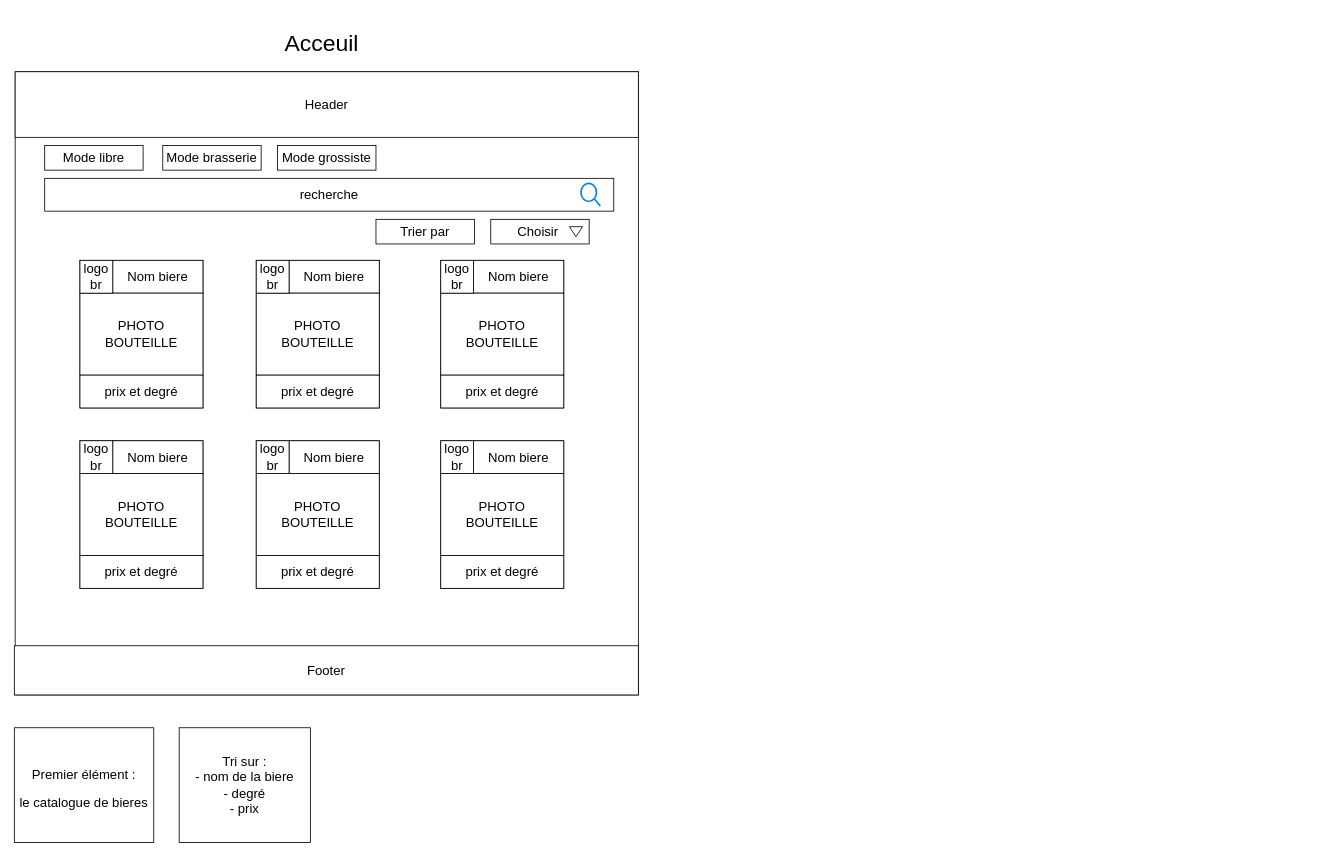
The draw.io diagram page "Pages" (3 of 4) of Analyse - gestion grasserie et grossiste.drawio in LucasLouies/HygieTest, before the edit. Source tidied: cells renumbered, new cells numbered last; positions are measured from the earlier drawing's top-left corner, leaving out a move shared by most shapes. Both pictures are drawn from the tidied source at 82%, with x=0, y=0 at pixel (14, 14).
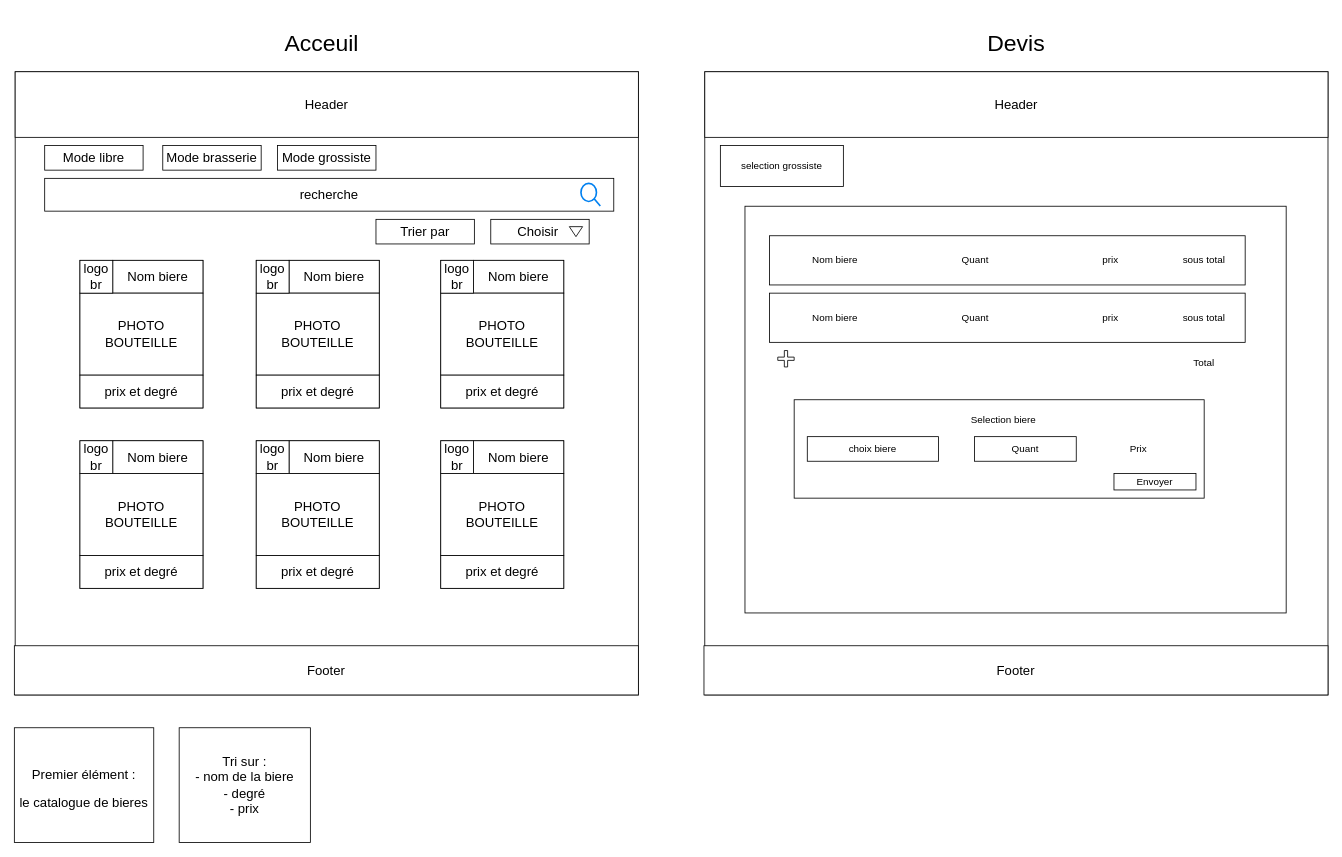
The same diagram, later.

Change to the diagram source:
```diff
@@
+    <mxCell id="53" style="rounded=0;whiteSpace=wrap;html=1;fontSize=15;" parent="1" vertex="1">
+      <mxGeometry x="842" y="70" width="760" height="760" as="geometry" />
+    </mxCell>
+    <mxCell id="54" value="Header" style="rounded=0;whiteSpace=wrap;html=1;fontSize=16;" parent="1" vertex="1">
+      <mxGeometry x="842" y="70" width="760" height="80" as="geometry" />
+    </mxCell>
+    <mxCell id="55" value="Footer" style="rounded=0;whiteSpace=wrap;html=1;fontSize=16;" parent="1" vertex="1">
+      <mxGeometry x="841" y="770" width="761" height="60" as="geometry" />
+    </mxCell>
+    <mxCell id="56" value="selection grossiste" style="rounded=0;whiteSpace=wrap;html=1;" parent="1" vertex="1">
+      <mxGeometry x="861" y="160" width="150" height="50" as="geometry" />
+    </mxCell>
+    <mxCell id="57" value="&lt;font style=&quot;font-size: 28px;&quot;&gt;Devis&lt;/font&gt;" style="text;html=1;strokeColor=none;fillColor=none;align=center;verticalAlign=middle;whiteSpace=wrap;rounded=0;fontSize=15;" parent="1" vertex="1">
+      <mxGeometry x="1137" width="170" height="70" as="geometry" />
+    </mxCell>
+    <mxCell id="58" style="rounded=0;whiteSpace=wrap;html=1;" parent="1" vertex="1">
+      <mxGeometry x="891" y="234" width="660" height="496" as="geometry" />
+    </mxCell>
+    <mxCell id="59" style="rounded=0;whiteSpace=wrap;html=1;" parent="1" vertex="1">
+      <mxGeometry x="921" y="270" width="580" height="60" as="geometry" />
+    </mxCell>
+    <mxCell id="60" value="Nom biere" style="text;html=1;strokeColor=none;fillColor=none;align=center;verticalAlign=middle;whiteSpace=wrap;rounded=0;" parent="1" vertex="1">
+      <mxGeometry x="971" y="285" width="60" height="30" as="geometry" />
+    </mxCell>
+    <mxCell id="61" value="Quant" style="text;html=1;strokeColor=none;fillColor=none;align=center;verticalAlign=middle;whiteSpace=wrap;rounded=0;" parent="1" vertex="1">
+      <mxGeometry x="1142" y="285" width="60" height="30" as="geometry" />
+    </mxCell>
+    <mxCell id="62" value="prix" style="text;html=1;strokeColor=none;fillColor=none;align=center;verticalAlign=middle;whiteSpace=wrap;rounded=0;" parent="1" vertex="1">
+      <mxGeometry x="1307" y="285" width="60" height="30" as="geometry" />
+    </mxCell>
+    <mxCell id="63" value="sous total" style="text;html=1;strokeColor=none;fillColor=none;align=center;verticalAlign=middle;whiteSpace=wrap;rounded=0;" parent="1" vertex="1">
+      <mxGeometry x="1421" y="285" width="60" height="30" as="geometry" />
+    </mxCell>
+    <mxCell id="64" style="shape=cross;whiteSpace=wrap;html=1;" parent="1" vertex="1">
+      <mxGeometry x="931" y="410" width="20" height="20" as="geometry" />
+    </mxCell>
+    <mxCell id="65" style="rounded=0;whiteSpace=wrap;html=1;" parent="1" vertex="1">
+      <mxGeometry x="951" y="470" width="500" height="120" as="geometry" />
+    </mxCell>
+    <mxCell id="66" value="Selection biere" style="text;html=1;strokeColor=none;fillColor=none;align=center;verticalAlign=middle;whiteSpace=wrap;rounded=0;" parent="1" vertex="1">
+      <mxGeometry x="1146.5" y="480" width="119" height="30" as="geometry" />
+    </mxCell>
+    <mxCell id="67" value="choix biere" style="rounded=0;whiteSpace=wrap;html=1;" parent="1" vertex="1">
+      <mxGeometry x="967" y="515" width="160" height="30" as="geometry" />
+    </mxCell>
+    <mxCell id="68" value="Prix" style="text;html=1;strokeColor=none;fillColor=none;align=center;verticalAlign=middle;whiteSpace=wrap;rounded=0;" parent="1" vertex="1">
+      <mxGeometry x="1341" y="515" width="60" height="30" as="geometry" />
+    </mxCell>
+    <mxCell id="69" value="Total" style="text;html=1;strokeColor=none;fillColor=none;align=center;verticalAlign=middle;whiteSpace=wrap;rounded=0;" parent="1" vertex="1">
+      <mxGeometry x="1421" y="410" width="60" height="30" as="geometry" />
+    </mxCell>
+    <mxCell id="70" style="rounded=0;whiteSpace=wrap;html=1;" parent="1" vertex="1">
+      <mxGeometry x="921" y="340" width="580" height="60" as="geometry" />
+    </mxCell>
+    <mxCell id="71" value="Nom biere" style="text;html=1;strokeColor=none;fillColor=none;align=center;verticalAlign=middle;whiteSpace=wrap;rounded=0;" parent="1" vertex="1">
+      <mxGeometry x="971" y="355" width="60" height="30" as="geometry" />
+    </mxCell>
+    <mxCell id="72" value="Quant" style="text;html=1;strokeColor=none;fillColor=none;align=center;verticalAlign=middle;whiteSpace=wrap;rounded=0;" parent="1" vertex="1">
+      <mxGeometry x="1142" y="355" width="60" height="30" as="geometry" />
+    </mxCell>
+    <mxCell id="73" value="prix" style="text;html=1;strokeColor=none;fillColor=none;align=center;verticalAlign=middle;whiteSpace=wrap;rounded=0;" parent="1" vertex="1">
+      <mxGeometry x="1307" y="355" width="60" height="30" as="geometry" />
+    </mxCell>
+    <mxCell id="74" value="sous total" style="text;html=1;strokeColor=none;fillColor=none;align=center;verticalAlign=middle;whiteSpace=wrap;rounded=0;" parent="1" vertex="1">
+      <mxGeometry x="1421" y="355" width="60" height="30" as="geometry" />
+    </mxCell>
+    <mxCell id="75" value="Envoyer" style="rounded=0;whiteSpace=wrap;html=1;" parent="1" vertex="1">
+      <mxGeometry x="1341" y="560" width="100" height="20" as="geometry" />
+    </mxCell>
+    <mxCell id="76" value="Quant" style="rounded=0;whiteSpace=wrap;html=1;" parent="1" vertex="1">
+      <mxGeometry x="1171" y="515" width="124" height="30" as="geometry" />
+    </mxCell>
```
